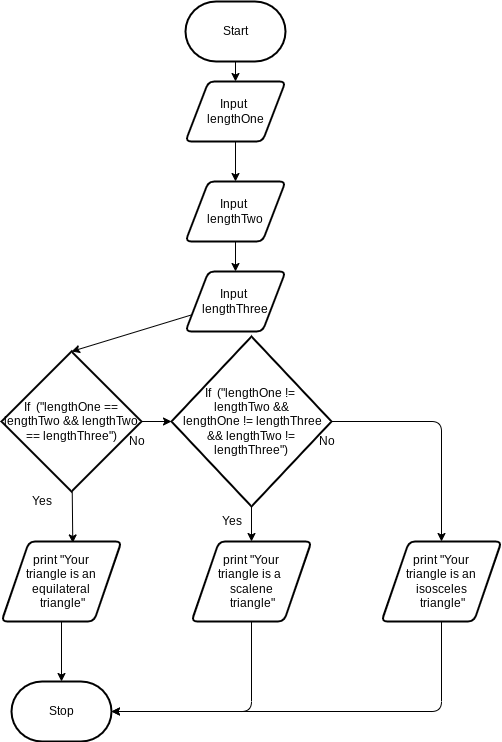
This is design/flowchart.png from marshall-demars/ICS20-Unit5-05-JS, a draw.io export, as it was before one commit. Source tidied: cells renumbered, new cells last; positions are measured from the earlier drawing's top-left corner, leaving out a move shared by most shapes.
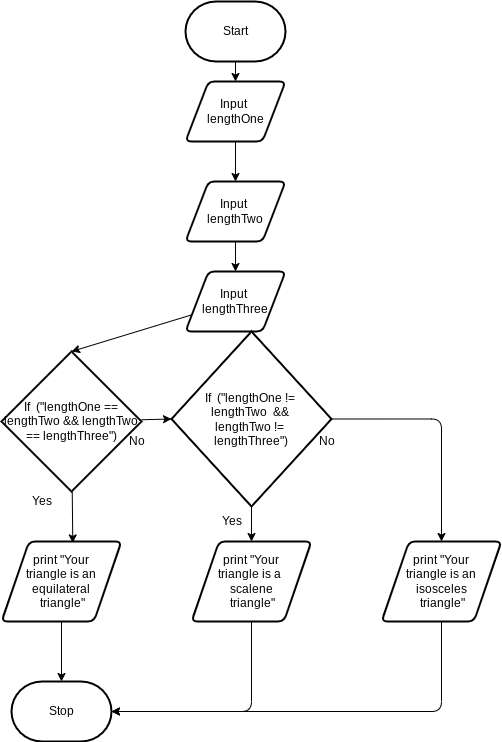
Later version of the same file.

What changed in the source:
```diff
@@ -56,8 +56,8 @@
     <mxCell id="19" style="edgeStyle=orthogonalEdgeStyle;html=1;entryX=0.5;entryY=0;entryDx=0;entryDy=0;" parent="1" edge="1" source="20" target="26">
       <mxGeometry relative="1" as="geometry" />
     </mxCell>
-    <mxCell id="20" value="If&amp;nbsp; (&quot;lengthOne != &lt;br&gt;lengthTwo &amp;amp;&amp;amp;&lt;br&gt;&amp;nbsp;lengthOne != lengthThree &amp;amp;&amp;amp; lengthTwo != lengthThree&quot;)" style="strokeWidth=2;html=1;shape=mxgraph.flowchart.decision;whiteSpace=wrap;" parent="1" vertex="1">
-      <mxGeometry x="170" y="335" width="160" height="170" as="geometry" />
+    <mxCell id="20" value="If&amp;nbsp; (&quot;lengthOne != &lt;br&gt;lengthTwo &amp;nbsp;&amp;amp;&amp;amp; &lt;br&gt;lengthTwo != &lt;br&gt;lengthThree&quot;)" style="strokeWidth=2;html=1;shape=mxgraph.flowchart.decision;whiteSpace=wrap;" parent="1" vertex="1">
+      <mxGeometry x="170" y="330" width="160" height="175" as="geometry" />
     </mxCell>
     <mxCell id="21" style="edgeStyle=orthogonalEdgeStyle;html=1;entryX=1;entryY=0.5;entryDx=0;entryDy=0;entryPerimeter=0;" parent="1" edge="1" source="22" target="16">
       <mxGeometry relative="1" as="geometry">
```
